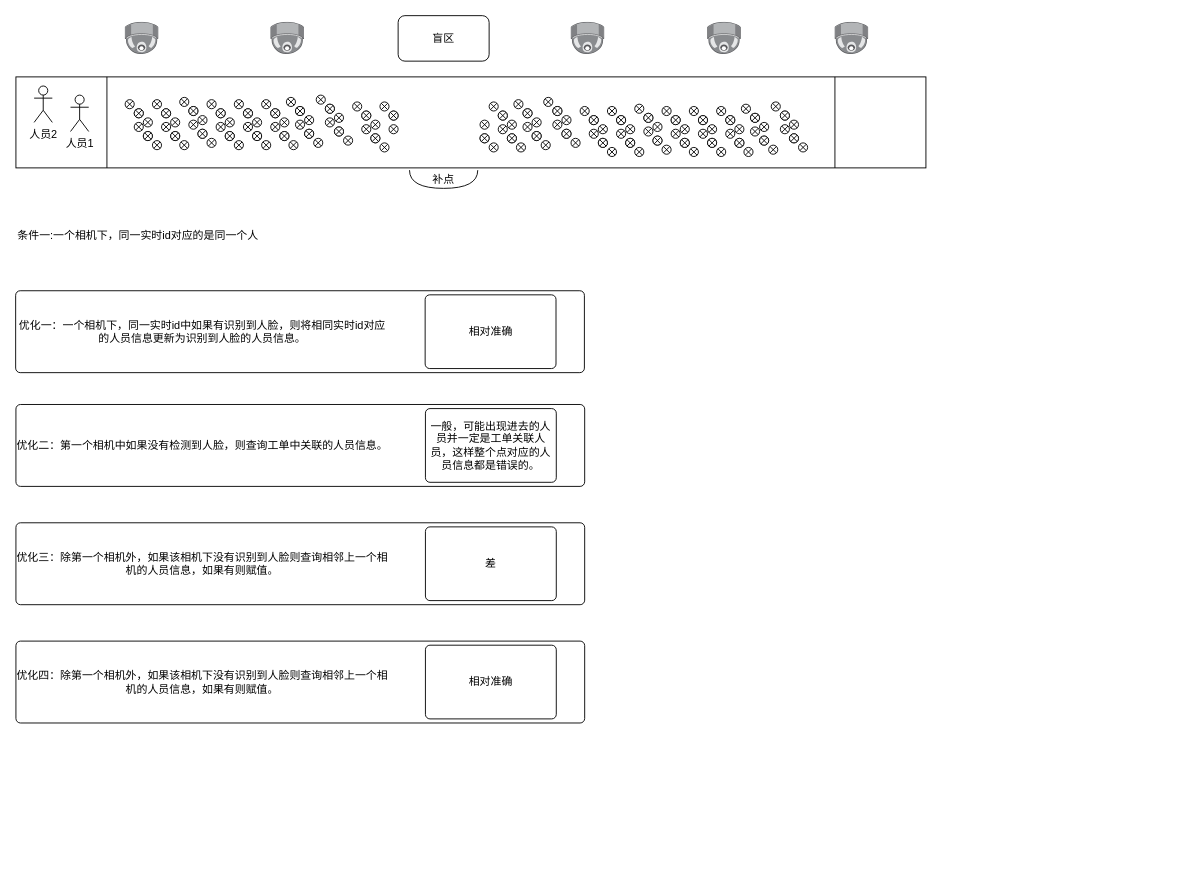
The draw.io diagram 人脸追踪.drawio in wangyufei0807/draw, before the edit. Source tidied: cells renumbered, new cells numbered last; positions are measured from the earlier drawing's top-left corner, leaving out a move shared by most shapes. Both pictures are drawn from the tidied source at 91%, with x=0, y=0 at pixel (15, 15).
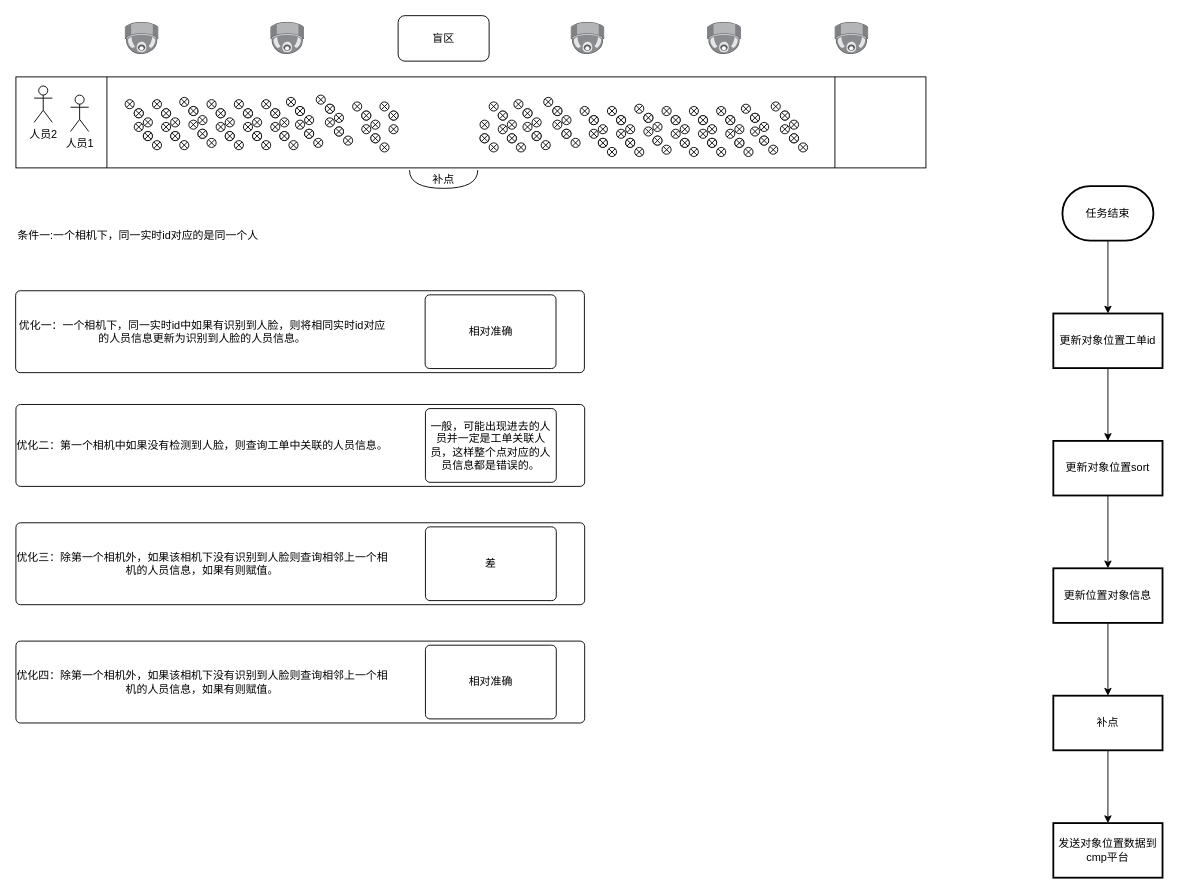
The same diagram, later.

Commit message:
更新人脸追踪.drawio

Change to the diagram source:
```diff
@@
+    <mxCell id="194" style="edgeStyle=orthogonalEdgeStyle;rounded=0;jettySize=auto;html=1;" parent="1" edge="1" source="195" target="197">
+      <mxGeometry relative="1" as="geometry" />
+    </mxCell>
+    <mxCell id="195" value="任务结束" style="strokeWidth=2;html=1;shape=mxgraph.flowchart.terminator;whiteSpace=wrap;" parent="1" vertex="1">
+      <mxGeometry x="1150" y="187" width="100" height="60" as="geometry" />
+    </mxCell>
+    <mxCell id="196" style="edgeStyle=orthogonalEdgeStyle;rounded=0;jettySize=auto;html=1;" parent="1" edge="1" source="197" target="199">
+      <mxGeometry relative="1" as="geometry" />
+    </mxCell>
+    <mxCell id="197" value="更新对象位置工单id" style="whiteSpace=wrap;html=1;strokeWidth=2;" parent="1" vertex="1">
+      <mxGeometry x="1140" y="327" width="120" height="60" as="geometry" />
+    </mxCell>
+    <mxCell id="198" style="edgeStyle=orthogonalEdgeStyle;rounded=0;jettySize=auto;html=1;" parent="1" edge="1" source="199" target="201">
+      <mxGeometry relative="1" as="geometry" />
+    </mxCell>
+    <mxCell id="199" value="更新对象位置sort" style="whiteSpace=wrap;html=1;strokeWidth=2;" parent="1" vertex="1">
+      <mxGeometry x="1140" y="467" width="120" height="60" as="geometry" />
+    </mxCell>
+    <mxCell id="200" style="edgeStyle=orthogonalEdgeStyle;rounded=0;jettySize=auto;html=1;" parent="1" edge="1" source="201" target="203">
+      <mxGeometry relative="1" as="geometry" />
+    </mxCell>
+    <mxCell id="201" value="更新位置对象信息" style="whiteSpace=wrap;html=1;strokeWidth=2;" parent="1" vertex="1">
+      <mxGeometry x="1140" y="607" width="120" height="60" as="geometry" />
+    </mxCell>
+    <mxCell id="202" style="edgeStyle=orthogonalEdgeStyle;rounded=0;jettySize=auto;html=1;" parent="1" edge="1" source="203" target="204">
+      <mxGeometry relative="1" as="geometry" />
+    </mxCell>
+    <mxCell id="203" value="补点" style="whiteSpace=wrap;html=1;strokeWidth=2;" parent="1" vertex="1">
+      <mxGeometry x="1140" y="747" width="120" height="60" as="geometry" />
+    </mxCell>
+    <mxCell id="204" value="发送对象位置数据到cmp平台" style="whiteSpace=wrap;html=1;strokeWidth=2;" parent="1" vertex="1">
+      <mxGeometry x="1140" y="887" width="120" height="60" as="geometry" />
+    </mxCell>
```
